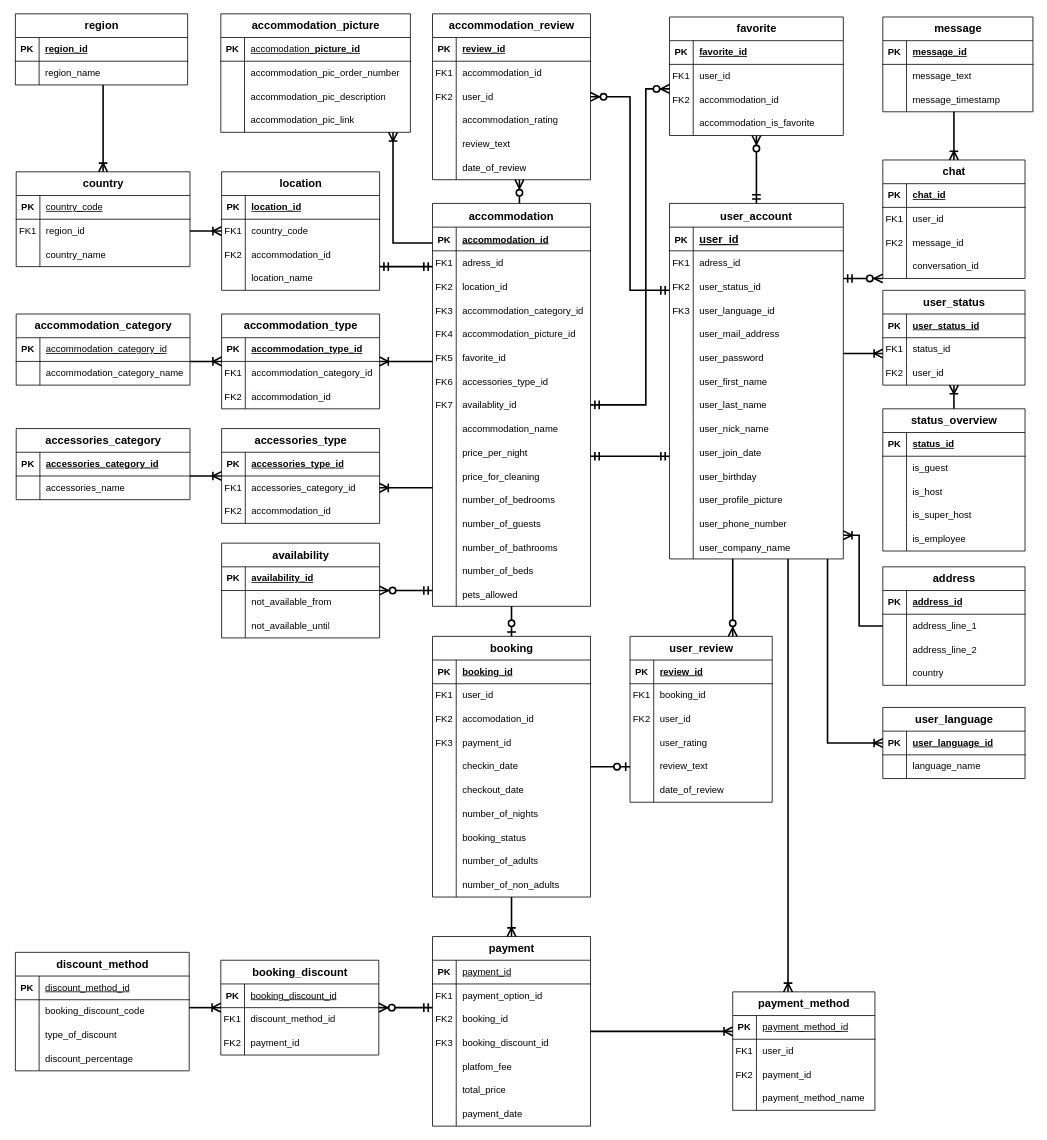
Above: Steffbnb.drawio in DaSteff91/SQL_Repo (draw.io), before the change. Source tidied: cells renumbered, new cells numbered last; positions are measured from the earlier drawing's top-left corner, leaving out a move shared by most shapes. Both pictures are drawn from the tidied source at 79%, with x=0, y=0 at pixel (15, 13).
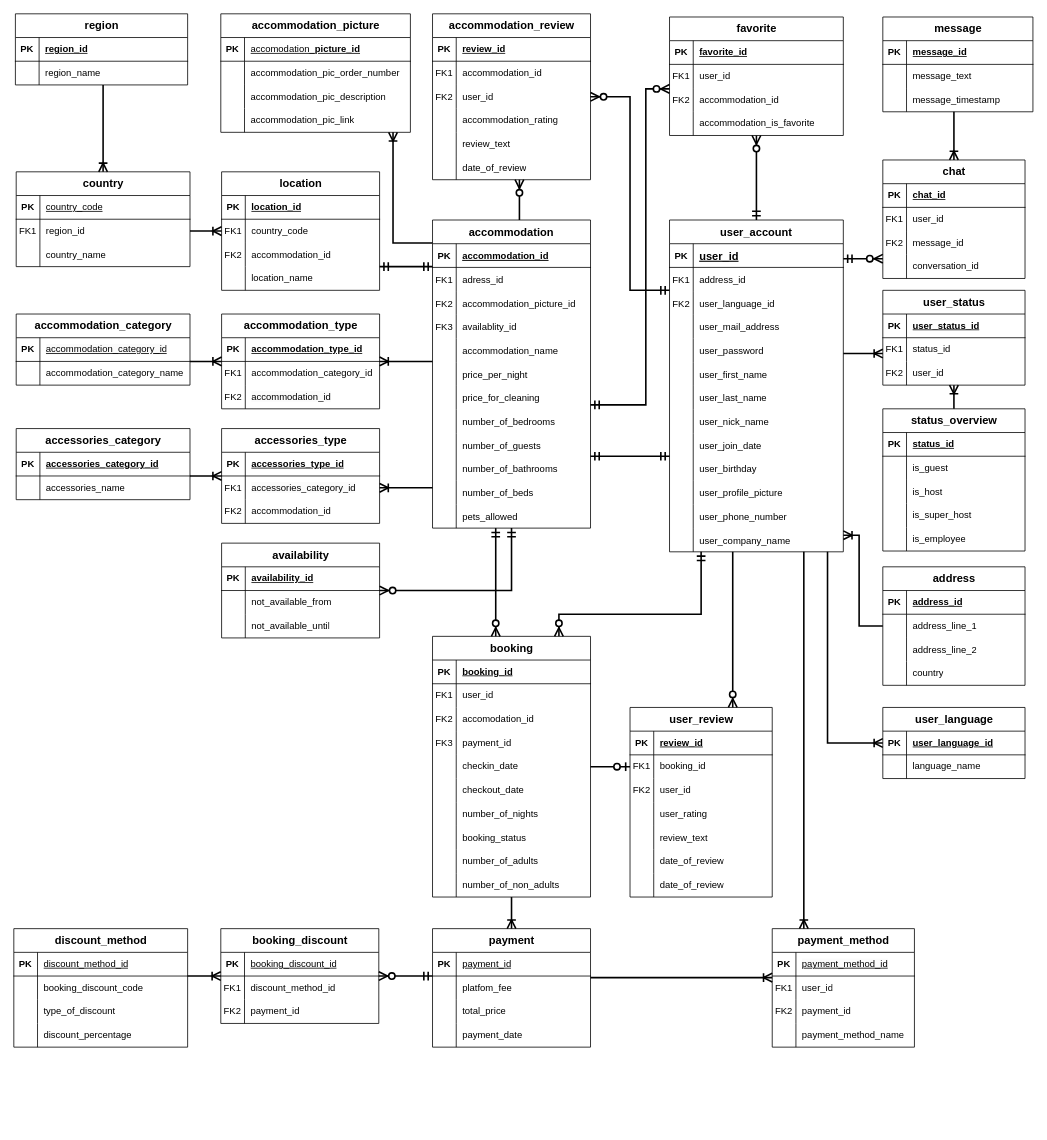
Above is the later version.

Commit message:
Adjusting cardinalities and removing unneccessary foreign keys

The change refers to these unchanged cells:
```xml
<mxCell id="6" style="shape=partialRectangle;fillColor=none;top=0;left=0;right=0;bottom=0;" parent="2" vertex="1">
  <mxGeometry y="60" width="220" height="30" as="geometry" />
</mxCell>
<mxCell id="94" value="booking" style="shape=table;startSize=30;childLayout=tableLayout;rowLines=0;fontStyle=1;align=center;html=1;fontSize=14;" parent="1" vertex="1">
  <mxGeometry x="528" y="788" width="200" height="330" as="geometry" />
</mxCell>
<mxCell id="198" value="chat" style="shape=table;startSize=30;childLayout=tableLayout;rowLines=0;fontStyle=1;align=center;html=1;fontSize=14;" parent="1" vertex="1">
  <mxGeometry x="1098" y="185" width="180" height="150" as="geometry" />
</mxCell>
```

Change to the diagram source:
```diff
@@
     <mxCell id="2" value="user_account" style="shape=table;startSize=30;childLayout=tableLayout;rowLines=0;fontStyle=1;align=center;fontSize=14;resizeLastRow=0;swimlaneHead=1;swimlaneBody=1;horizontal=1;portConstraintRotation=0;noLabel=0;" parent="1" vertex="1">
-      <mxGeometry x="828" y="240" width="220" height="450" as="geometry" />
+      <mxGeometry x="828" y="261" width="220" height="420" as="geometry" />
     </mxCell>
@@
-    <mxCell id="8" value="adress_id" style="shape=partialRectangle;overflow=hidden;fillColor=none;top=0;left=0;bottom=0;right=0;align=left;spacingLeft=6;" parent="6" vertex="1">
+    <mxCell id="8" value="address_id" style="shape=partialRectangle;overflow=hidden;fillColor=none;top=0;left=0;bottom=0;right=0;align=left;spacingLeft=6;" parent="6" vertex="1">
       <mxGeometry x="30" width="190" height="30" as="geometry" />
     </mxCell>
-    <mxCell id="9" style="shape=partialRectangle;fillColor=none;top=0;left=0;right=0;bottom=0;" parent="2" vertex="1">
-      <mxGeometry y="90" width="220" height="30" as="geometry" />
-    </mxCell>
-    <mxCell id="10" value="FK2" style="shape=partialRectangle;overflow=hidden;fillColor=none;top=0;left=0;bottom=0;right=0;" parent="9" vertex="1">
-      <mxGeometry width="30" height="30" as="geometry" />
-    </mxCell>
-    <mxCell id="11" value="user_status_id" style="shape=partialRectangle;overflow=hidden;fillColor=none;top=0;left=0;bottom=0;right=0;align=left;spacingLeft=6;" parent="9" vertex="1">
-      <mxGeometry x="30" width="190" height="30" as="geometry" />
-    </mxCell>
     <mxCell id="12" style="shape=partialRectangle;fillColor=none;top=0;left=0;right=0;bottom=0;" parent="2" vertex="1">
-      <mxGeometry y="120" width="220" height="30" as="geometry" />
+      <mxGeometry y="90" width="220" height="30" as="geometry" />
     </mxCell>
-    <mxCell id="13" value="FK3" style="shape=partialRectangle;overflow=hidden;fillColor=none;top=0;left=0;bottom=0;right=0;" parent="12" vertex="1">
+    <mxCell id="13" value="FK2" style="shape=partialRectangle;overflow=hidden;fillColor=none;top=0;left=0;bottom=0;right=0;" parent="12" vertex="1">
       <mxGeometry width="30" height="30" as="geometry" />
     </mxCell>
@@
     <mxCell id="15" style="shape=partialRectangle;fillColor=none;top=0;left=0;right=0;bottom=0;" parent="2" vertex="1">
-      <mxGeometry y="150" width="220" height="30" as="geometry" />
+      <mxGeometry y="120" width="220" height="30" as="geometry" />
     </mxCell>
@@
     <mxCell id="18" style="shape=partialRectangle;fillColor=none;top=0;left=0;right=0;bottom=0;" parent="2" vertex="1">
-      <mxGeometry y="180" width="220" height="30" as="geometry" />
+      <mxGeometry y="150" width="220" height="30" as="geometry" />
     </mxCell>
@@
     <mxCell id="21" style="shape=partialRectangle;fillColor=none;top=0;left=0;right=0;bottom=0;" parent="2" vertex="1">
-      <mxGeometry y="210" width="220" height="30" as="geometry" />
+      <mxGeometry y="180" width="220" height="30" as="geometry" />
     </mxCell>
@@
     <mxCell id="24" style="shape=partialRectangle;fillColor=none;top=0;left=0;right=0;bottom=0;" parent="2" vertex="1">
-      <mxGeometry y="240" width="220" height="30" as="geometry" />
+      <mxGeometry y="210" width="220" height="30" as="geometry" />
     </mxCell>
@@
     <mxCell id="27" style="shape=partialRectangle;fillColor=none;top=0;left=0;right=0;bottom=0;" parent="2" vertex="1">
-      <mxGeometry y="270" width="220" height="30" as="geometry" />
+      <mxGeometry y="240" width="220" height="30" as="geometry" />
     </mxCell>
@@
     <mxCell id="30" style="shape=partialRectangle;fillColor=none;top=0;left=0;right=0;bottom=0;" parent="2" vertex="1">
-      <mxGeometry y="300" width="220" height="30" as="geometry" />
+      <mxGeometry y="270" width="220" height="30" as="geometry" />
     </mxCell>
@@
     <mxCell id="33" style="shape=partialRectangle;fillColor=none;top=0;left=0;right=0;bottom=0;" parent="2" vertex="1">
-      <mxGeometry y="330" width="220" height="30" as="geometry" />
+      <mxGeometry y="300" width="220" height="30" as="geometry" />
     </mxCell>
@@
     <mxCell id="36" style="shape=partialRectangle;fillColor=none;top=0;left=0;right=0;bottom=0;" parent="2" vertex="1">
-      <mxGeometry y="360" width="220" height="30" as="geometry" />
+      <mxGeometry y="330" width="220" height="30" as="geometry" />
     </mxCell>
@@
     <mxCell id="39" style="shape=partialRectangle;fillColor=none;top=0;left=0;right=0;bottom=0;" parent="2" vertex="1">
-      <mxGeometry y="390" width="220" height="30" as="geometry" />
+      <mxGeometry y="360" width="220" height="30" as="geometry" />
     </mxCell>
@@
     <mxCell id="42" style="shape=partialRectangle;fillColor=none;top=0;left=0;right=0;bottom=0;" parent="2" vertex="1">
-      <mxGeometry y="420" width="220" height="30" as="geometry" />
+      <mxGeometry y="390" width="220" height="30" as="geometry" />
     </mxCell>
@@
     <mxCell id="45" value="accommodation" style="shape=table;startSize=30;childLayout=tableLayout;rowLines=0;fontStyle=1;align=center;fontSize=14;" parent="1" vertex="1">
-      <mxGeometry x="528" y="240" width="200" height="510" as="geometry" />
+      <mxGeometry x="528" y="261" width="200" height="390" as="geometry" />
     </mxCell>
@@
-    <mxCell id="52" style="shape=partialRectangle;fillColor=none;top=0;left=0;right=0;bottom=0;" parent="45" vertex="1">
-      <mxGeometry y="90" width="200" height="30" as="geometry" />
-    </mxCell>
-    <mxCell id="53" value="FK2" style="shape=partialRectangle;overflow=hidden;fillColor=none;top=0;left=0;bottom=0;right=0;" parent="52" vertex="1">
-      <mxGeometry width="30" height="30" as="geometry" />
-    </mxCell>
-    <mxCell id="54" value="location_id" style="shape=partialRectangle;overflow=hidden;fillColor=none;top=0;left=0;bottom=0;right=0;align=left;spacingLeft=6;" parent="52" vertex="1">
-      <mxGeometry x="30" width="170" height="30" as="geometry" />
-    </mxCell>
-    <mxCell id="55" style="shape=partialRectangle;fillColor=none;top=0;left=0;right=0;bottom=0;" parent="45" vertex="1">
-      <mxGeometry y="120" width="200" height="30" as="geometry" />
-    </mxCell>
-    <mxCell id="56" value="FK3" style="shape=partialRectangle;overflow=hidden;fillColor=none;top=0;left=0;bottom=0;right=0;" parent="55" vertex="1">
-      <mxGeometry width="30" height="30" as="geometry" />
-    </mxCell>
-    <mxCell id="57" value="accommodation_category_id" style="shape=partialRectangle;overflow=hidden;fillColor=none;top=0;left=0;bottom=0;right=0;align=left;spacingLeft=6;" parent="55" vertex="1">
-      <mxGeometry x="30" width="170" height="30" as="geometry" />
-    </mxCell>
     <mxCell id="58" style="shape=partialRectangle;fillColor=none;top=0;left=0;right=0;bottom=0;" parent="45" vertex="1">
-      <mxGeometry y="150" width="200" height="30" as="geometry" />
+      <mxGeometry y="90" width="200" height="30" as="geometry" />
     </mxCell>
-    <mxCell id="59" value="FK4" style="shape=partialRectangle;overflow=hidden;fillColor=none;top=0;left=0;bottom=0;right=0;" parent="58" vertex="1">
+    <mxCell id="59" value="FK2" style="shape=partialRectangle;overflow=hidden;fillColor=none;top=0;left=0;bottom=0;right=0;" parent="58" vertex="1">
       <mxGeometry width="30" height="30" as="geometry" />
     </mxCell>
@@
-    <mxCell id="61" style="shape=partialRectangle;fillColor=none;top=0;left=0;right=0;bottom=0;" parent="45" vertex="1">
-      <mxGeometry y="180" width="200" height="30" as="geometry" />
-    </mxCell>
-    <mxCell id="62" value="FK5" style="shape=partialRectangle;overflow=hidden;fillColor=none;top=0;left=0;bottom=0;right=0;" parent="61" vertex="1">
-      <mxGeometry width="30" height="30" as="geometry" />
-    </mxCell>
-    <mxCell id="63" value="favorite_id" style="shape=partialRectangle;overflow=hidden;fillColor=none;top=0;left=0;bottom=0;right=0;align=left;spacingLeft=6;" parent="61" vertex="1">
-      <mxGeometry x="30" width="170" height="30" as="geometry" />
-    </mxCell>
-    <mxCell id="64" style="shape=partialRectangle;fillColor=none;top=0;left=0;right=0;bottom=0;" parent="45" vertex="1">
-      <mxGeometry y="210" width="200" height="30" as="geometry" />
-    </mxCell>
-    <mxCell id="65" value="FK6" style="shape=partialRectangle;overflow=hidden;fillColor=none;top=0;left=0;bottom=0;right=0;" parent="64" vertex="1">
-      <mxGeometry width="30" height="30" as="geometry" />
-    </mxCell>
-    <mxCell id="66" value="accessories_type_id" style="shape=partialRectangle;overflow=hidden;fillColor=none;top=0;left=0;bottom=0;right=0;align=left;spacingLeft=6;fontSize=12;" parent="64" vertex="1">
-      <mxGeometry x="30" width="170" height="30" as="geometry" />
-    </mxCell>
     <mxCell id="67" style="shape=partialRectangle;fillColor=none;top=0;left=0;right=0;bottom=0;" parent="45" vertex="1">
-      <mxGeometry y="240" width="200" height="30" as="geometry" />
+      <mxGeometry y="120" width="200" height="30" as="geometry" />
     </mxCell>
-    <mxCell id="68" value="FK7" style="shape=partialRectangle;overflow=hidden;fillColor=none;top=0;left=0;bottom=0;right=0;" parent="67" vertex="1">
+    <mxCell id="68" value="FK3" style="shape=partialRectangle;overflow=hidden;fillColor=none;top=0;left=0;bottom=0;right=0;" parent="67" vertex="1">
       <mxGeometry width="30" height="30" as="geometry" />
     </mxCell>
@@
     <mxCell id="70" style="shape=partialRectangle;fillColor=none;top=0;left=0;right=0;bottom=0;" parent="45" vertex="1">
-      <mxGeometry y="270" width="200" height="30" as="geometry" />
+      <mxGeometry y="150" width="200" height="30" as="geometry" />
     </mxCell>
@@
     <mxCell id="73" style="shape=partialRectangle;fillColor=none;top=0;left=0;right=0;bottom=0;" parent="45" vertex="1">
-      <mxGeometry y="300" width="200" height="30" as="geometry" />
+      <mxGeometry y="180" width="200" height="30" as="geometry" />
     </mxCell>
@@
     <mxCell id="76" style="shape=partialRectangle;fillColor=none;top=0;left=0;right=0;bottom=0;" parent="45" vertex="1">
-      <mxGeometry y="330" width="200" height="30" as="geometry" />
+      <mxGeometry y="210" width="200" height="30" as="geometry" />
     </mxCell>
@@
     <mxCell id="79" style="shape=partialRectangle;fillColor=none;top=0;left=0;right=0;bottom=0;" parent="45" vertex="1">
-      <mxGeometry y="360" width="200" height="30" as="geometry" />
+      <mxGeometry y="240" width="200" height="30" as="geometry" />
     </mxCell>
@@
     <mxCell id="82" style="shape=partialRectangle;fillColor=none;top=0;left=0;right=0;bottom=0;" parent="45" vertex="1">
-      <mxGeometry y="390" width="200" height="30" as="geometry" />
+      <mxGeometry y="270" width="200" height="30" as="geometry" />
     </mxCell>
@@
     <mxCell id="85" style="shape=partialRectangle;fillColor=none;top=0;left=0;right=0;bottom=0;" parent="45" vertex="1">
-      <mxGeometry y="420" width="200" height="30" as="geometry" />
+      <mxGeometry y="300" width="200" height="30" as="geometry" />
     </mxCell>
@@
     <mxCell id="88" style="shape=partialRectangle;fillColor=none;top=0;left=0;right=0;bottom=0;" parent="45" vertex="1">
-      <mxGeometry y="450" width="200" height="30" as="geometry" />
+      <mxGeometry y="330" width="200" height="30" as="geometry" />
     </mxCell>
@@
     <mxCell id="91" style="shape=partialRectangle;fillColor=none;top=0;left=0;right=0;bottom=0;" parent="45" vertex="1">
-      <mxGeometry y="480" width="200" height="30" as="geometry" />
+      <mxGeometry y="360" width="200" height="30" as="geometry" />
     </mxCell>
@@
     <mxCell id="138" value="booking_discount" style="shape=table;startSize=30;childLayout=tableLayout;rowLines=0;fontStyle=1;align=center;html=1;fontSize=14;" parent="1" vertex="1">
-      <mxGeometry x="260" y="1198" width="200" height="120" as="geometry" />
+      <mxGeometry x="260" y="1158" width="200" height="120" as="geometry" />
     </mxCell>
@@
     <mxCell id="231" value="user_review" style="shape=table;startSize=30;childLayout=tableLayout;rowLines=0;fontStyle=1;align=center;html=1;fontSize=14;" parent="1" vertex="1">
-      <mxGeometry x="778" y="788" width="180" height="210" as="geometry" />
+      <mxGeometry x="778" y="878" width="180" height="240" as="geometry" />
     </mxCell>
@@
+    <mxCell id="419" style="shape=tableRow;horizontal=0;startSize=0;swimlaneHead=0;swimlaneBody=0;fillColor=none;top=0;left=0;right=0;bottom=0;" parent="231" vertex="1">
+      <mxGeometry y="210" width="180" height="30" as="geometry" />
+    </mxCell>
+    <mxCell id="420" style="shape=partialRectangle;fillColor=none;top=0;left=0;bottom=0;right=0;overflow=hidden;whiteSpace=wrap;html=1;" parent="419" vertex="1">
+      <mxGeometry width="30" height="30" as="geometry" />
+    </mxCell>
+    <mxCell id="421" value="date_of_review" style="shape=partialRectangle;fillColor=none;top=0;left=0;bottom=0;right=0;align=left;spacingLeft=6;overflow=hidden;whiteSpace=wrap;html=1;" parent="419" vertex="1">
+      <mxGeometry x="30" width="150" height="30" as="geometry" />
+    </mxCell>
@@
-    <mxCell id="267" style="edgeStyle=orthogonalEdgeStyle;fontSize=12;html=1;endArrow=ERzeroToOne;endFill=1;rounded=0;strokeColor=default;strokeWidth=2;align=center;verticalAlign=middle;fontFamily=Helvetica;fontColor=default;labelBackgroundColor=default;startSize=8;endSize=8;" parent="1" edge="1" source="45" target="94">
-      <mxGeometry relative="1" as="geometry" />
-    </mxCell>
@@
     <mxCell id="300" value="payment" style="shape=table;startSize=30;childLayout=tableLayout;rowLines=0;fontStyle=1;align=center;html=1;fontSize=14;" parent="1" vertex="1">
-      <mxGeometry x="528" y="1168" width="200" height="240" as="geometry" />
+      <mxGeometry x="528" y="1158" width="200" height="150" as="geometry" />
     </mxCell>
@@
-    <mxCell id="304" style="shape=tableRow;horizontal=0;startSize=0;swimlaneHead=0;swimlaneBody=0;fillColor=none;top=0;left=0;right=0;bottom=0;fontColor=default;fontStyle=0;" parent="300" vertex="1">
-      <mxGeometry y="60" width="200" height="30" as="geometry" />
-    </mxCell>
-    <mxCell id="305" value="FK1" style="shape=partialRectangle;fillColor=none;top=0;left=0;bottom=0;right=0;overflow=hidden;whiteSpace=wrap;html=1;" parent="304" vertex="1">
-      <mxGeometry width="30" height="30" as="geometry" />
-    </mxCell>
-    <mxCell id="306" value="&lt;span style=&quot;&quot;&gt;payment_option_id&lt;/span&gt;" style="shape=partialRectangle;fillColor=none;top=0;left=0;bottom=0;right=0;align=left;spacingLeft=6;overflow=hidden;whiteSpace=wrap;html=1;fontStyle=0;" parent="304" vertex="1">
-      <mxGeometry x="30" width="170" height="30" as="geometry" />
-    </mxCell>
-    <mxCell id="307" style="shape=tableRow;horizontal=0;startSize=0;swimlaneHead=0;swimlaneBody=0;fillColor=none;top=0;left=0;right=0;bottom=0;" parent="300" vertex="1">
-      <mxGeometry y="90" width="200" height="30" as="geometry" />
-    </mxCell>
-    <mxCell id="308" value="FK2" style="shape=partialRectangle;fillColor=none;top=0;left=0;bottom=0;right=0;overflow=hidden;whiteSpace=wrap;html=1;" parent="307" vertex="1">
-      <mxGeometry width="30" height="30" as="geometry" />
-    </mxCell>
-    <mxCell id="309" value="booking_id" style="shape=partialRectangle;fillColor=none;top=0;left=0;bottom=0;right=0;align=left;spacingLeft=6;overflow=hidden;whiteSpace=wrap;html=1;" parent="307" vertex="1">
-      <mxGeometry x="30" width="170" height="30" as="geometry" />
-    </mxCell>
-    <mxCell id="310" style="shape=tableRow;horizontal=0;startSize=0;swimlaneHead=0;swimlaneBody=0;fillColor=none;top=0;left=0;right=0;bottom=0;" parent="300" vertex="1">
-      <mxGeometry y="120" width="200" height="30" as="geometry" />
-    </mxCell>
-    <mxCell id="311" value="FK3" style="shape=partialRectangle;fillColor=none;top=0;left=0;bottom=0;right=0;overflow=hidden;whiteSpace=wrap;html=1;" parent="310" vertex="1">
-      <mxGeometry width="30" height="30" as="geometry" />
-    </mxCell>
-    <mxCell id="312" value="booking_discount_id" style="shape=partialRectangle;fillColor=none;top=0;left=0;bottom=0;right=0;align=left;spacingLeft=6;overflow=hidden;whiteSpace=wrap;html=1;" parent="310" vertex="1">
-      <mxGeometry x="30" width="170" height="30" as="geometry" />
-    </mxCell>
     <mxCell id="313" style="shape=tableRow;horizontal=0;startSize=0;swimlaneHead=0;swimlaneBody=0;fillColor=none;top=0;left=0;right=0;bottom=0;" parent="300" vertex="1">
-      <mxGeometry y="150" width="200" height="30" as="geometry" />
+      <mxGeometry y="60" width="200" height="30" as="geometry" />
     </mxCell>
@@
     <mxCell id="316" style="shape=tableRow;horizontal=0;startSize=0;swimlaneHead=0;swimlaneBody=0;fillColor=none;top=0;left=0;right=0;bottom=0;" parent="300" vertex="1">
-      <mxGeometry y="180" width="200" height="30" as="geometry" />
+      <mxGeometry y="90" width="200" height="30" as="geometry" />
     </mxCell>
@@
     <mxCell id="319" style="shape=tableRow;horizontal=0;startSize=0;swimlaneHead=0;swimlaneBody=0;fillColor=none;top=0;left=0;right=0;bottom=0;" parent="300" vertex="1">
-      <mxGeometry y="210" width="200" height="30" as="geometry" />
+      <mxGeometry y="120" width="200" height="30" as="geometry" />
     </mxCell>
@@
     <mxCell id="322" value="discount_method" style="shape=table;startSize=30;childLayout=tableLayout;rowLines=0;fontStyle=1;align=center;html=1;fontSize=14;" parent="1" vertex="1">
-      <mxGeometry y="1188" width="220" height="150" as="geometry" />
+      <mxGeometry x="-2" y="1158" width="220" height="150" as="geometry" />
     </mxCell>
@@
     <mxCell id="336" style="edgeStyle=orthogonalEdgeStyle;fontSize=12;html=1;endArrow=ERoneToMany;rounded=0;startSize=8;endSize=8;strokeWidth=2;" parent="1" edge="1" source="300" target="369">
       <mxGeometry relative="1" as="geometry">
         <Array as="points">
-          <mxPoint x="968" y="1288" />
-          <mxPoint x="968" y="1288" />
+          <mxPoint x="838" y="1220" />
+          <mxPoint x="838" y="1220" />
         </Array>
       </mxGeometry>
     </mxCell>
     <mxCell id="337" style="edgeStyle=orthogonalEdgeStyle;fontSize=12;html=1;endArrow=ERoneToMany;rounded=0;startSize=8;endSize=8;strokeWidth=2;" parent="1" edge="1" source="322" target="138">
       <mxGeometry relative="1" as="geometry">
         <Array as="points">
-          <mxPoint x="238" y="1258" />
-          <mxPoint x="238" y="1258" />
+          <mxPoint x="238" y="1218" />
+          <mxPoint x="238" y="1218" />
         </Array>
       </mxGeometry>
     </mxCell>
@@
     <mxCell id="369" value="payment_method" style="shape=table;startSize=30;childLayout=tableLayout;rowLines=0;fontStyle=1;align=center;html=1;fontSize=14;" parent="1" vertex="1">
-      <mxGeometry x="908" y="1238" width="180" height="150" as="geometry" />
+      <mxGeometry x="958" y="1158" width="180" height="150" as="geometry" />
     </mxCell>
@@
     <mxCell id="382" style="edgeStyle=orthogonalEdgeStyle;fontSize=12;html=1;endArrow=ERoneToMany;rounded=0;startSize=8;endSize=8;strokeWidth=2;" parent="1" edge="1" source="2" target="369">
       <mxGeometry relative="1" as="geometry">
         <Array as="points">
-          <mxPoint x="978" y="780" />
-          <mxPoint x="978" y="780" />
+          <mxPoint x="998" y="1000" />
+          <mxPoint x="998" y="1000" />
         </Array>
       </mxGeometry>
     </mxCell>
@@
     <mxCell id="386" style="edgeStyle=orthogonalEdgeStyle;fontSize=12;html=1;endArrow=ERzeroToMany;startArrow=ERmandOne;rounded=0;strokeColor=default;strokeWidth=2;align=center;verticalAlign=middle;fontFamily=Helvetica;fontColor=default;labelBackgroundColor=default;startSize=8;endSize=8;" parent="1" edge="1" source="2" target="198">
       <mxGeometry relative="1" as="geometry">
         <Array as="points">
-          <mxPoint x="1098" y="280" />
-          <mxPoint x="1098" y="280" />
+          <mxPoint x="1078" y="310" />
+          <mxPoint x="1078" y="310" />
         </Array>
       </mxGeometry>
     </mxCell>
@@
     <mxCell id="388" style="edgeStyle=orthogonalEdgeStyle;fontSize=12;html=1;endArrow=ERzeroToMany;startArrow=ERmandOne;rounded=0;strokeColor=default;strokeWidth=2;align=center;verticalAlign=middle;fontFamily=Helvetica;fontColor=default;labelBackgroundColor=default;startSize=8;endSize=8;" parent="1" edge="1" source="300" target="138">
       <mxGeometry relative="1" as="geometry">
         <Array as="points">
-          <mxPoint x="518" y="1258" />
-          <mxPoint x="518" y="1258" />
+          <mxPoint x="518" y="1218" />
+          <mxPoint x="518" y="1218" />
         </Array>
       </mxGeometry>
     </mxCell>
@@
+    <mxCell id="422" style="edgeStyle=orthogonalEdgeStyle;fontSize=12;html=1;endArrow=ERzeroToMany;startArrow=ERmandOne;rounded=0;strokeColor=default;strokeWidth=2;align=center;verticalAlign=middle;fontFamily=Helvetica;fontColor=default;labelBackgroundColor=default;startSize=8;endSize=8;" parent="1" edge="1" source="2" target="94">
+      <mxGeometry relative="1" as="geometry">
+        <Array as="points">
+          <mxPoint x="868" y="760" />
+          <mxPoint x="688" y="760" />
+        </Array>
+      </mxGeometry>
+    </mxCell>
+    <mxCell id="267" style="edgeStyle=orthogonalEdgeStyle;fontSize=12;html=1;endArrow=ERzeroToMany;startArrow=ERmandOne;rounded=0;strokeColor=default;strokeWidth=2;align=center;verticalAlign=middle;fontFamily=Helvetica;fontColor=default;labelBackgroundColor=default;startSize=8;endSize=8;" parent="1" edge="1" source="45" target="94">
+      <mxGeometry relative="1" as="geometry">
+        <Array as="points">
+          <mxPoint x="608" y="780" />
+          <mxPoint x="608" y="780" />
+        </Array>
+      </mxGeometry>
+    </mxCell>
```
